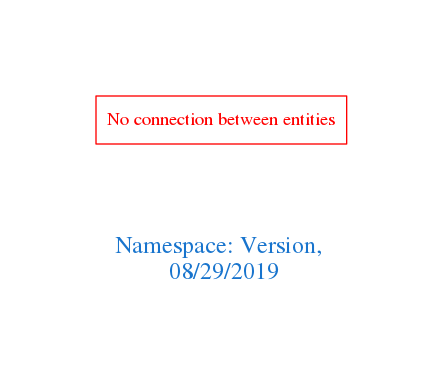
arago/OGIT keeps this Graphviz diagram as downloads/Version.png. Above is the earlier version. Its source is kept beside it as downloads/Version.dot.
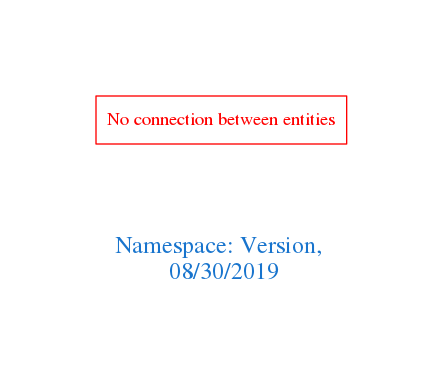
The same file after the commit.

Change to the diagram source:
```diff
@@ -1,7 +1,7 @@
 digraph OGIT_ontology {
  graph [ rankdir= LR,pad=1
 fontsize = 18,
-fontcolor= dodgerblue3,label = "\n\n\nNamespace: Version, \n 08/29/2019"];
+fontcolor= dodgerblue3,label = "\n\n\nNamespace: Version, \n 08/30/2019"];
 node[shape=polygon];
 edge [  color="gray81"];
 
```
